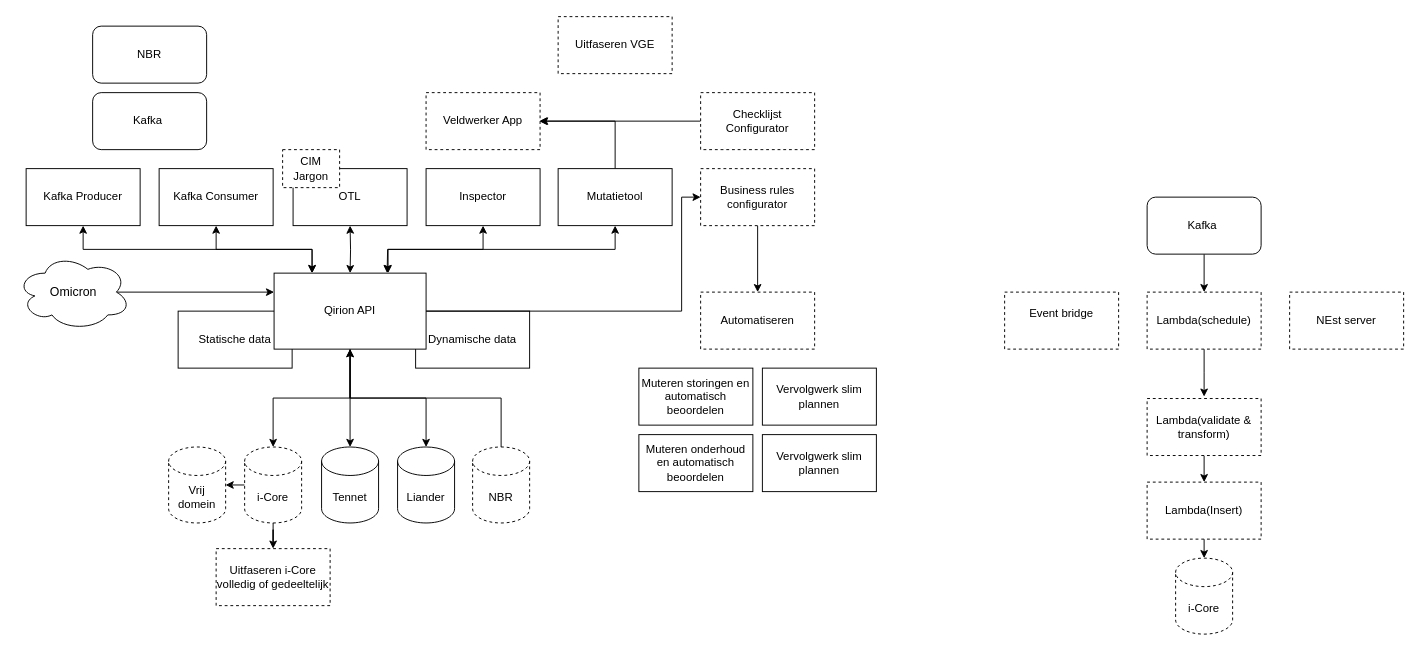
Before: page "Mogelijkheden" (4 of 10) of staticWeb/Untitled Diagram.drawio in eleemans/react2022, a draw.io diagram. Source tidied: cells renumbered, new cells numbered last; positions are measured from the earlier drawing's top-left corner, leaving out a move shared by most shapes. Both pictures are drawn from the tidied source at 95%, with x=0, y=0 at pixel (16, 16).
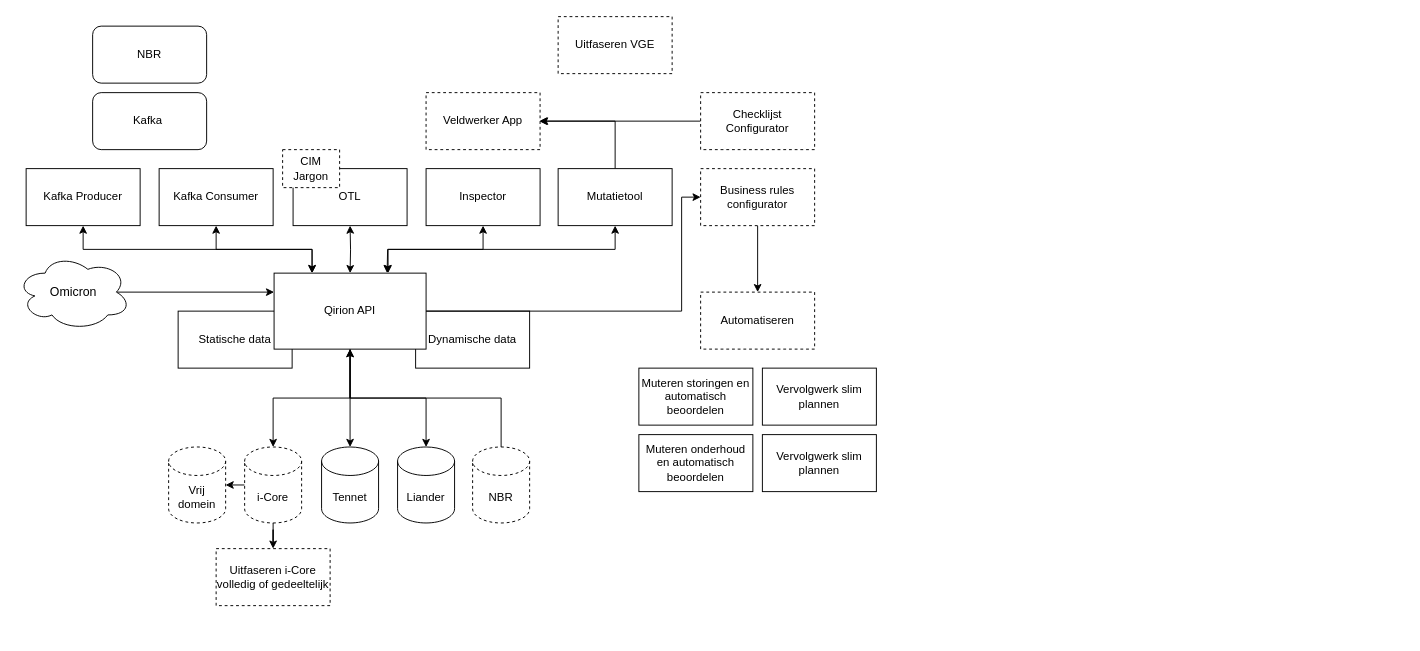
After the change.

The edit, as a diff of the source:
```diff
@@
-    <mxCell id="45" style="edgeStyle=orthogonalEdgeStyle;rounded=0;jettySize=auto;html=1;exitX=0.5;exitY=1;exitDx=0;exitDy=0;" parent="1" edge="1" source="46">
-      <mxGeometry relative="1" as="geometry">
-        <mxPoint x="1250" y="400" as="targetPoint" />
-      </mxGeometry>
-    </mxCell>
-    <mxCell id="46" value="Lambda(schedule)" style="rounded=0;whiteSpace=wrap;html=1;dashed=1;" parent="1" vertex="1">
-      <mxGeometry x="1190" y="290" width="120" height="60" as="geometry" />
-    </mxCell>
-    <mxCell id="47" style="edgeStyle=orthogonalEdgeStyle;rounded=0;jettySize=auto;html=1;" parent="1" edge="1" source="48" target="46">
-      <mxGeometry relative="1" as="geometry" />
-    </mxCell>
-    <mxCell id="48" value="Kafka&amp;nbsp;" style="rounded=1;whiteSpace=wrap;html=1;" parent="1" vertex="1">
-      <mxGeometry x="1190" y="190" width="120" height="60" as="geometry" />
-    </mxCell>
-    <mxCell id="49" style="edgeStyle=orthogonalEdgeStyle;rounded=0;jettySize=auto;html=1;exitX=0.5;exitY=1;exitDx=0;exitDy=0;entryX=0.5;entryY=0;entryDx=0;entryDy=0;" parent="1" edge="1" source="50" target="53">
-      <mxGeometry relative="1" as="geometry" />
-    </mxCell>
-    <mxCell id="50" value="Lambda(validate &amp;amp; transform)" style="rounded=0;whiteSpace=wrap;html=1;dashed=1;" parent="1" vertex="1">
-      <mxGeometry x="1190" y="402" width="120" height="60" as="geometry" />
-    </mxCell>
-    <mxCell id="51" value="i-Core" style="shape=cylinder3;whiteSpace=wrap;html=1;boundedLbl=1;backgroundOutline=1;size=15;dashed=1;" parent="1" vertex="1">
-      <mxGeometry x="1220" y="570" width="60" height="80" as="geometry" />
-    </mxCell>
-    <mxCell id="52" style="edgeStyle=orthogonalEdgeStyle;rounded=0;jettySize=auto;html=1;exitX=0.5;exitY=1;exitDx=0;exitDy=0;entryX=0.5;entryY=0;entryDx=0;entryDy=0;entryPerimeter=0;" parent="1" edge="1" source="53" target="51">
-      <mxGeometry relative="1" as="geometry" />
-    </mxCell>
-    <mxCell id="53" value="Lambda(Insert)" style="rounded=0;whiteSpace=wrap;html=1;dashed=1;" parent="1" vertex="1">
-      <mxGeometry x="1190" y="490" width="120" height="60" as="geometry" />
-    </mxCell>
-    <mxCell id="54" value="NEst server" style="rounded=0;whiteSpace=wrap;html=1;dashed=1;" parent="1" vertex="1">
-      <mxGeometry x="1340" y="290" width="120" height="60" as="geometry" />
-    </mxCell>
-    <mxCell id="55" value="Event bridge&lt;br&gt;&lt;br&gt;" style="rounded=0;whiteSpace=wrap;html=1;dashed=1;" parent="1" vertex="1">
-      <mxGeometry x="1040" y="290" width="120" height="60" as="geometry" />
-    </mxCell>
```
